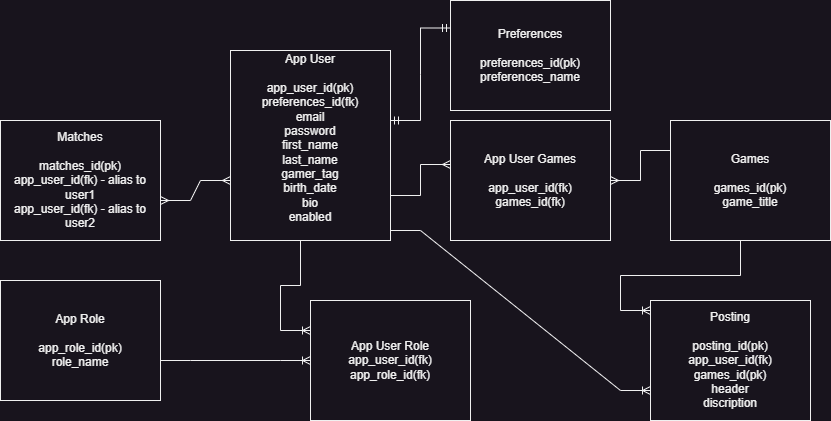
Earlier version of the draw.io export capstoneSchema.png (JLDeee/capstone). Source tidied: cells renumbered, new cells last; positions are measured from the earlier drawing's top-left corner, leaving out a move shared by most shapes.
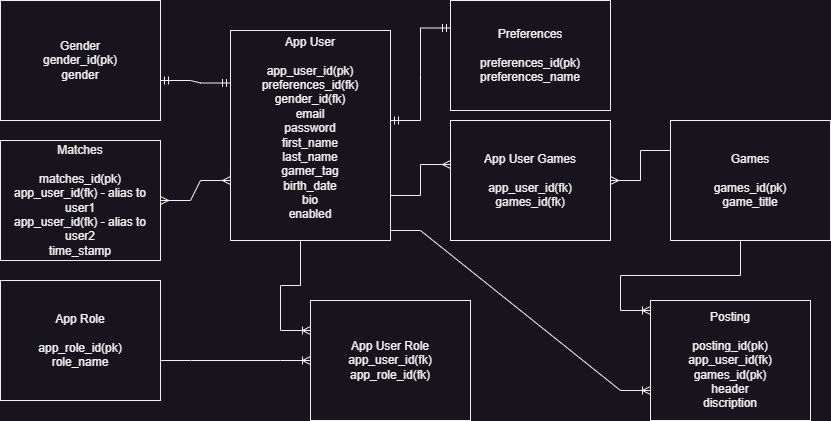
After the commit.

Commit message:
finished schema

Diff of the diagram source:
```diff
@@ -5,8 +5,8 @@
     <mxCell id="2" value="&lt;span id=&quot;docs-internal-guid-e8bd23b9-7fff-a295-cead-702f7f2e3db3&quot;&gt;&lt;/span&gt;&lt;span id=&quot;docs-internal-guid-e8bd23b9-7fff-a295-cead-702f7f2e3db3&quot;&gt;&lt;/span&gt;" style="text;html=1;align=center;verticalAlign=middle;strokeColor=none;fillColor=none;" parent="1" vertex="1">
       <mxGeometry x="210" y="40" width="20" height="10" as="geometry" />
     </mxCell>
-    <mxCell id="3" value="App User&lt;br&gt;&lt;br&gt;app_user_id(pk)&lt;br&gt;preferences_id(fk)&lt;br&gt;&lt;div style=&quot;&quot;&gt;email&lt;/div&gt;&lt;div style=&quot;&quot;&gt;password&lt;/div&gt;&lt;div style=&quot;&quot;&gt;&lt;div&gt;first_name&lt;/div&gt;&lt;div&gt;last_name&lt;/div&gt;&lt;div&gt;gamer_tag&lt;/div&gt;&lt;/div&gt;&lt;div style=&quot;&quot;&gt;birth_date&lt;/div&gt;&lt;div style=&quot;&quot;&gt;bio&lt;/div&gt;&lt;div style=&quot;&quot;&gt;enabled&lt;/div&gt;&lt;div style=&quot;&quot;&gt;&lt;br&gt;&lt;/div&gt;" style="rounded=0;whiteSpace=wrap;html=1;align=center;" parent="1" vertex="1">
-      <mxGeometry x="230" y="50" width="160" height="190" as="geometry" />
+    <mxCell id="3" value="App User&lt;br&gt;&lt;br&gt;app_user_id(pk)&lt;br&gt;preferences_id(fk)&lt;br&gt;gender_id(fk)&lt;br&gt;&lt;div style=&quot;&quot;&gt;email&lt;/div&gt;&lt;div style=&quot;&quot;&gt;password&lt;/div&gt;&lt;div style=&quot;&quot;&gt;&lt;div&gt;first_name&lt;/div&gt;&lt;div&gt;last_name&lt;/div&gt;&lt;div&gt;gamer_tag&lt;/div&gt;&lt;/div&gt;&lt;div style=&quot;&quot;&gt;birth_date&lt;/div&gt;&lt;div style=&quot;&quot;&gt;bio&lt;/div&gt;&lt;div style=&quot;&quot;&gt;enabled&lt;/div&gt;&lt;div style=&quot;&quot;&gt;&lt;br&gt;&lt;/div&gt;" style="rounded=0;whiteSpace=wrap;html=1;align=center;" parent="1" vertex="1">
+      <mxGeometry x="230" y="30" width="160" height="210" as="geometry" />
     </mxCell>
     <mxCell id="4" value="Games&lt;br&gt;&lt;br&gt;games_id(pk)&lt;br&gt;game_title" style="rounded=0;whiteSpace=wrap;html=1;" parent="1" vertex="1">
       <mxGeometry x="670" y="120" width="160" height="120" as="geometry" />
@@ -14,8 +14,8 @@
     <mxCell id="5" value="App User Games&lt;br&gt;&lt;br&gt;app_user_id(fk)&lt;br&gt;games_id(fk)" style="rounded=0;whiteSpace=wrap;html=1;" parent="1" vertex="1">
       <mxGeometry x="450" y="120" width="160" height="120" as="geometry" />
     </mxCell>
-    <mxCell id="6" value="Matches&lt;br&gt;&lt;br&gt;matches_id(pk)&lt;br&gt;app_user_id(fk) - alias to user1&lt;br&gt;app_user_id(fk) - alias to user2" style="rounded=0;whiteSpace=wrap;html=1;" parent="1" vertex="1">
-      <mxGeometry y="120" width="160" height="120" as="geometry" />
+    <mxCell id="6" value="Matches&lt;br&gt;&lt;br&gt;matches_id(pk)&lt;br&gt;app_user_id(fk) - alias to user1&lt;br&gt;app_user_id(fk) - alias to user2&lt;br&gt;time_stamp" style="rounded=0;whiteSpace=wrap;html=1;" parent="1" vertex="1">
+      <mxGeometry y="140" width="160" height="120" as="geometry" />
     </mxCell>
     <mxCell id="7" style="edgeStyle=entityRelationEdgeStyle;fontSize=12;html=1;endArrow=ERmany;startArrow=ERmany;rounded=0;" parent="1" edge="1">
       <mxGeometry relative="1" as="geometry">
@@ -67,5 +67,13 @@
         <mxPoint x="390" y="120" as="sourcePoint" />
       </mxGeometry>
     </mxCell>
+    <mxCell id="19" value="Gender&lt;br&gt;gender_id(pk)&lt;br&gt;gender" style="rounded=0;whiteSpace=wrap;html=1;" parent="1" vertex="1">
+      <mxGeometry width="160" height="120" as="geometry" />
+    </mxCell>
+    <mxCell id="20" style="edgeStyle=entityRelationEdgeStyle;fontSize=12;html=1;endArrow=ERmandOne;startArrow=ERmandOne;rounded=0;entryX=0;entryY=0.25;entryDx=0;entryDy=0;" parent="1" edge="1" target="3">
+      <mxGeometry relative="1" as="geometry">
+        <mxPoint x="160" y="80" as="sourcePoint" />
+      </mxGeometry>
+    </mxCell>
   </root>
 </mxGraphModel>
```
